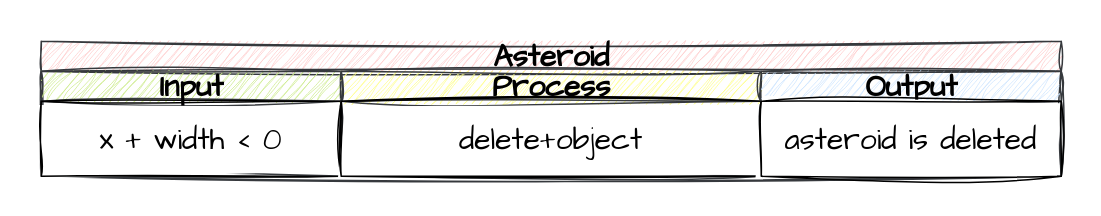
This is page "asteroid_despawn_IPO" (21 of 27) of assets/diagrams.drawio from DamoM73/space-rescue-tutorials, a draw.io file, before an edit. Source tidied: cells renumbered, new cells numbered last; positions are measured from the earlier drawing's top-left corner, leaving out a move shared by most shapes. Both pictures are drawn from the tidied source at 150%, with x=0, y=0 at pixel (26, 26).
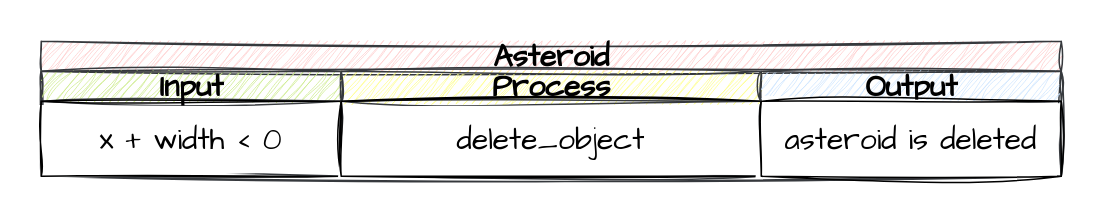
The same page after the edit.

Change to the diagram source:
```diff
@@
 <mxGraphModel>
   <root>
     <mxCell id="0" />
     <mxCell id="1" parent="0" />
     <mxCell id="2" style="rounded=0;whiteSpace=wrap;html=1;hachureGap=4;fontFamily=Architects Daughter;fontSize=20;strokeColor=none;" parent="1" vertex="1">
       <mxGeometry width="700" height="110" as="geometry" />
     </mxCell>
     <mxCell id="3" value="Asteroid" style="swimlane;startSize=20;html=1;sketch=1;hachureGap=4;jiggle=2;curveFitting=1;fontFamily=Architects Daughter;fontSize=20;fillColor=#ffcccc;strokeColor=#36393d;" parent="1" vertex="1">
       <mxGeometry x="10" y="10" width="680" height="90" as="geometry" />
     </mxCell>
     <mxCell id="4" value="Input" style="swimlane;startSize=20;html=1;sketch=1;hachureGap=4;jiggle=2;curveFitting=1;fontFamily=Architects Daughter;fontSize=20;fillColor=#cdeb8b;strokeColor=#36393d;" parent="3" vertex="1">
       <mxGeometry y="20" width="200" height="70" as="geometry" />
     </mxCell>
     <mxCell id="5" value="x + width&amp;nbsp;&amp;lt; 0" style="rounded=0;whiteSpace=wrap;html=1;sketch=1;hachureGap=4;jiggle=2;curveFitting=1;fontFamily=Architects Daughter;fontSize=20;" parent="4" vertex="1">
       <mxGeometry y="20" width="200" height="50" as="geometry" />
     </mxCell>
     <mxCell id="6" value="Process" style="swimlane;startSize=20;html=1;sketch=1;hachureGap=4;jiggle=2;curveFitting=1;fontFamily=Architects Daughter;fontSize=20;fillColor=#ffff88;strokeColor=#36393d;" parent="3" vertex="1">
       <mxGeometry x="200" y="20" width="280" height="70" as="geometry" />
     </mxCell>
-    <mxCell id="7" value="delete+object" style="rounded=0;whiteSpace=wrap;html=1;sketch=1;hachureGap=4;jiggle=2;curveFitting=1;fontFamily=Architects Daughter;fontSize=20;" parent="6" vertex="1">
+    <mxCell id="7" value="delete_object" style="rounded=0;whiteSpace=wrap;html=1;sketch=1;hachureGap=4;jiggle=2;curveFitting=1;fontFamily=Architects Daughter;fontSize=20;" parent="6" vertex="1">
       <mxGeometry y="20" width="280" height="50" as="geometry" />
     </mxCell>
     <mxCell id="8" value="Output" style="swimlane;startSize=20;html=1;sketch=1;hachureGap=4;jiggle=2;curveFitting=1;fontFamily=Architects Daughter;fontSize=20;fillColor=#cce5ff;strokeColor=#36393d;" parent="3" vertex="1">
       <mxGeometry x="480" y="20" width="200" height="70" as="geometry" />
     </mxCell>
     <mxCell id="9" value="asteroid is deleted" style="rounded=0;whiteSpace=wrap;html=1;sketch=1;hachureGap=4;jiggle=2;curveFitting=1;fontFamily=Architects Daughter;fontSize=20;" parent="8" vertex="1">
       <mxGeometry y="20" width="200" height="50" as="geometry" />
     </mxCell>
   </root>
 </mxGraphModel>
```
